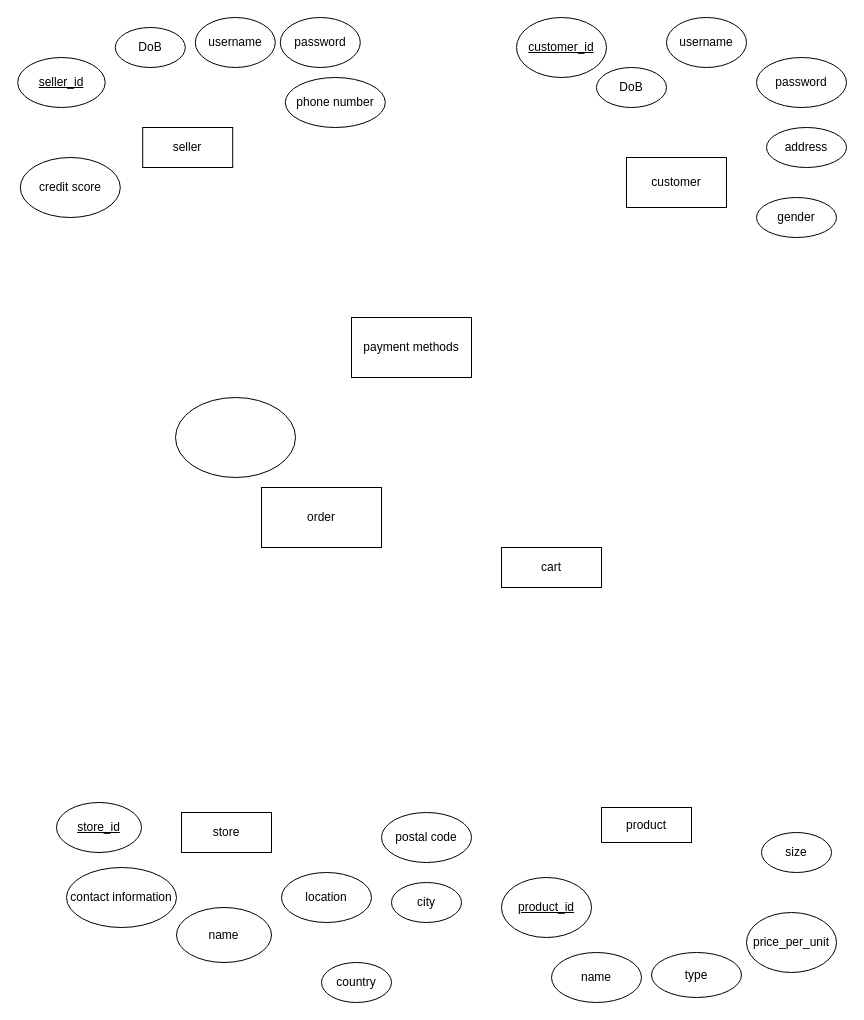
Before: 9311-assignment-1.drawio in zhangnailiang/ER, a draw.io diagram. Source tidied: cells renumbered, new cells numbered last; positions are measured from the earlier drawing's top-left corner, leaving out a move shared by most shapes. Both pictures are drawn from the tidied source at 100%, with x=0, y=0 at pixel (17, 17).
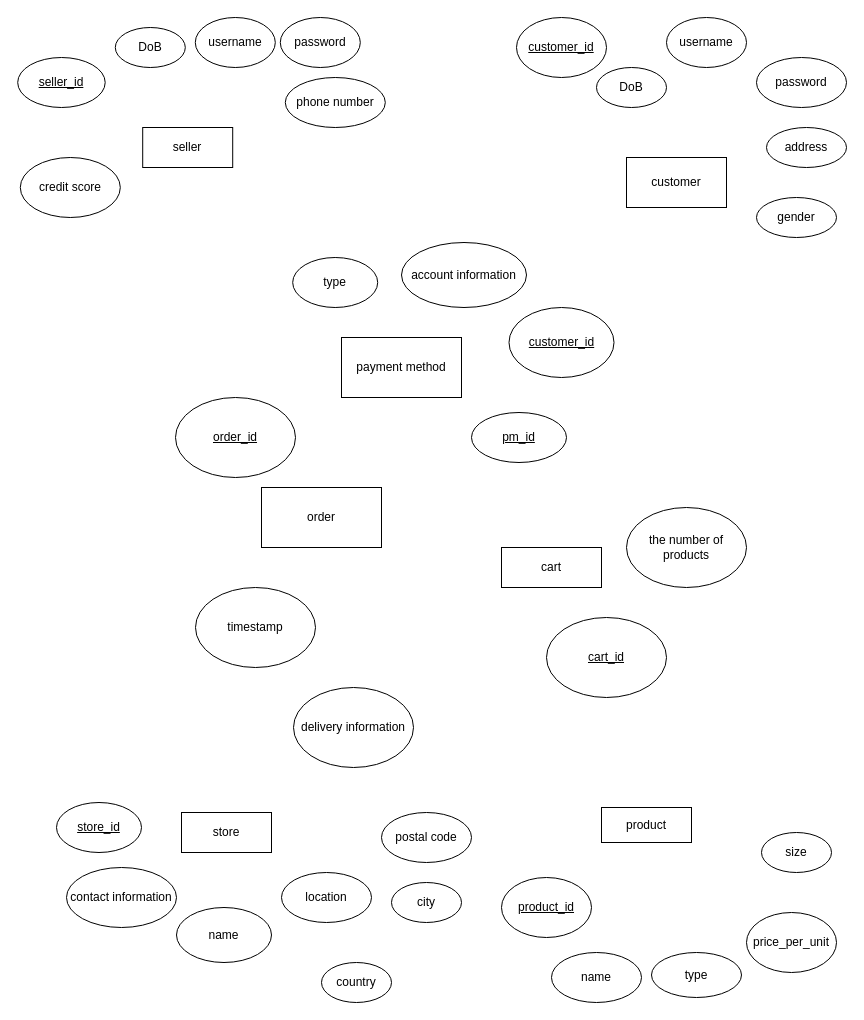
The same diagram, later.

What changed in the source:
```diff
@@
-    <mxCell id="30" value="payment methods" style="rounded=0;whiteSpace=wrap;html=1;" parent="1" vertex="1">
-      <mxGeometry x="334" y="300" width="120" height="60" as="geometry" />
+    <mxCell id="30" value="payment method" style="rounded=0;whiteSpace=wrap;html=1;" parent="1" vertex="1">
+      <mxGeometry x="324" y="320" width="120" height="60" as="geometry" />
     </mxCell>
@@
-    <mxCell id="33" style="ellipse;whiteSpace=wrap;html=1;" parent="1" vertex="1">
+    <mxCell id="33" value="&lt;u&gt;order_id&lt;/u&gt;" style="ellipse;whiteSpace=wrap;html=1;" parent="1" vertex="1">
       <mxGeometry x="158" y="380" width="120" height="80" as="geometry" />
     </mxCell>
+    <mxCell id="34" value="timestamp" style="ellipse;whiteSpace=wrap;html=1;" parent="1" vertex="1">
+      <mxGeometry x="178" y="570" width="120" height="80" as="geometry" />
+    </mxCell>
+    <mxCell id="35" value="delivery information" style="ellipse;whiteSpace=wrap;html=1;" parent="1" vertex="1">
+      <mxGeometry x="276" y="670" width="120" height="80" as="geometry" />
+    </mxCell>
+    <mxCell id="36" value="&lt;u&gt;cart_id&lt;/u&gt;" style="ellipse;whiteSpace=wrap;html=1;" parent="1" vertex="1">
+      <mxGeometry x="529" y="600" width="120" height="80" as="geometry" />
+    </mxCell>
+    <mxCell id="37" value="the number of products" style="ellipse;whiteSpace=wrap;html=1;" parent="1" vertex="1">
+      <mxGeometry x="609" y="490" width="120" height="80" as="geometry" />
+    </mxCell>
+    <mxCell id="38" value="&lt;u&gt;customer_id&lt;/u&gt;" style="ellipse;whiteSpace=wrap;html=1;" parent="1" vertex="1">
+      <mxGeometry x="491.5" y="290" width="105" height="70" as="geometry" />
+    </mxCell>
+    <mxCell id="39" value="&lt;u&gt;pm_id&lt;/u&gt;" style="ellipse;whiteSpace=wrap;html=1;" parent="1" vertex="1">
+      <mxGeometry x="454" y="395" width="95" height="50" as="geometry" />
+    </mxCell>
+    <mxCell id="40" value="type" style="ellipse;whiteSpace=wrap;html=1;" parent="1" vertex="1">
+      <mxGeometry x="275.2" y="240" width="85" height="50" as="geometry" />
+    </mxCell>
+    <mxCell id="41" value="account information" style="ellipse;whiteSpace=wrap;html=1;" parent="1" vertex="1">
+      <mxGeometry x="384" y="225" width="125" height="65" as="geometry" />
+    </mxCell>
```
